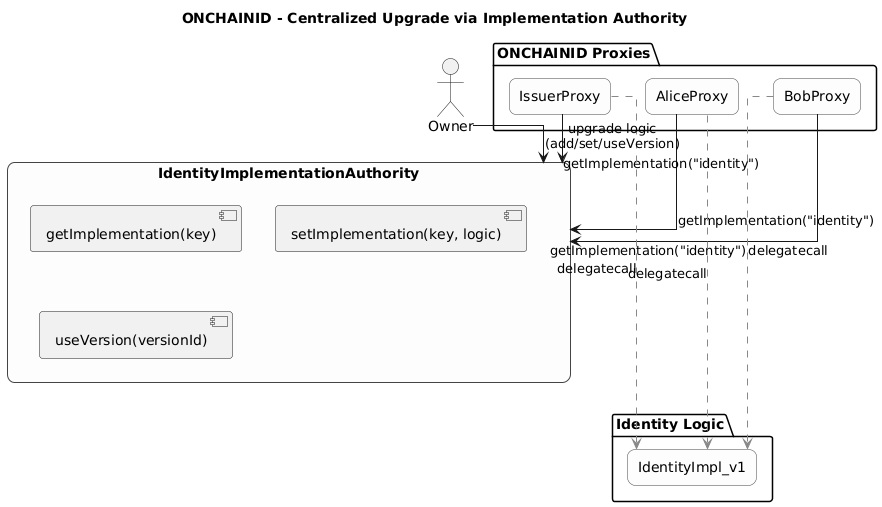
Earlier version of the PlantUML export docs/diagrams/ERC-3643/onchainid_implementation_authority.png (red-isbe/isbe-contracts).
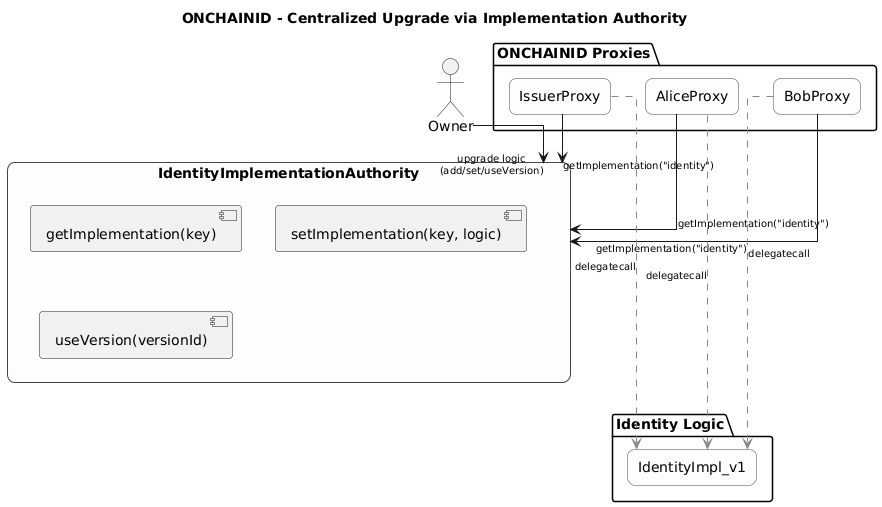
After the commit.

What changed in the source:
```diff
@@ -8,6 +8,7 @@
   RoundCorner 15
 }
 skinparam defaultTextAlignment center
+skinparam ArrowFontSize 10  ' <-- Texto de flechas más pequeño
 
 actor Owner
 
```
